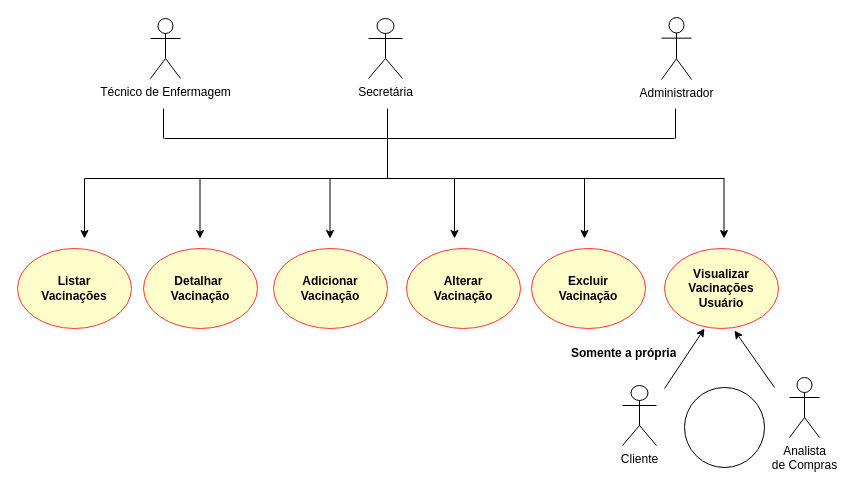
Above: page "Usuário" (1 of 7) of projetoConclusaoPos/tcc/proj/diagramas-casos-uso/diagrama-caso-uso-gerenciar-vacinacao.drawio in georgiamcs/posPucMinas2022 (draw.io), before the change. Source tidied: cells renumbered, new cells numbered last; positions are measured from the earlier drawing's top-left corner, leaving out a move shared by most shapes. Both pictures are drawn from the tidied source at 100%, with x=0, y=0 at pixel (17, 17).
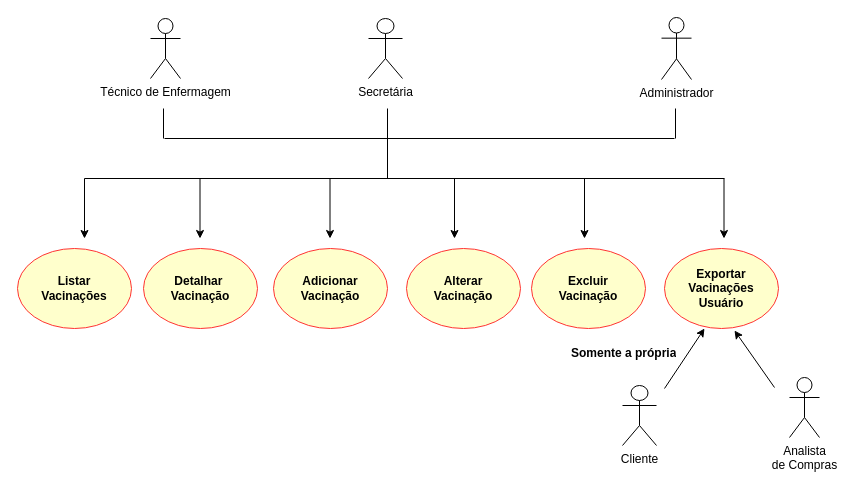
Above is the later version.

Commit message (it also covers changes not shown here):
Documentacao - Evoluindo parte da especificacao de caso de uso

Diff of the diagram source:
```diff
@@
-    <mxCell id="12" value="Visualizar Vacinações Usuário" style="ellipse;whiteSpace=wrap;html=1;verticalAlign=middle;fillColor=#FFFFCC;strokeColor=#FF3333;fontStyle=1;rounded=1;" parent="1" vertex="1">
+    <mxCell id="12" value="Exportar Vacinações Usuário" style="ellipse;whiteSpace=wrap;html=1;verticalAlign=middle;fillColor=#FFFFCC;strokeColor=#FF3333;fontStyle=1;rounded=1;" parent="1" vertex="1">
       <mxGeometry x="647" y="231" width="114" height="80" as="geometry" />
     </mxCell>
@@
-    <mxCell id="28" style="ellipse;whiteSpace=wrap;html=1;" parent="1" vertex="1">
-      <mxGeometry x="667" y="370" width="80" height="80" as="geometry" />
-    </mxCell>
```
